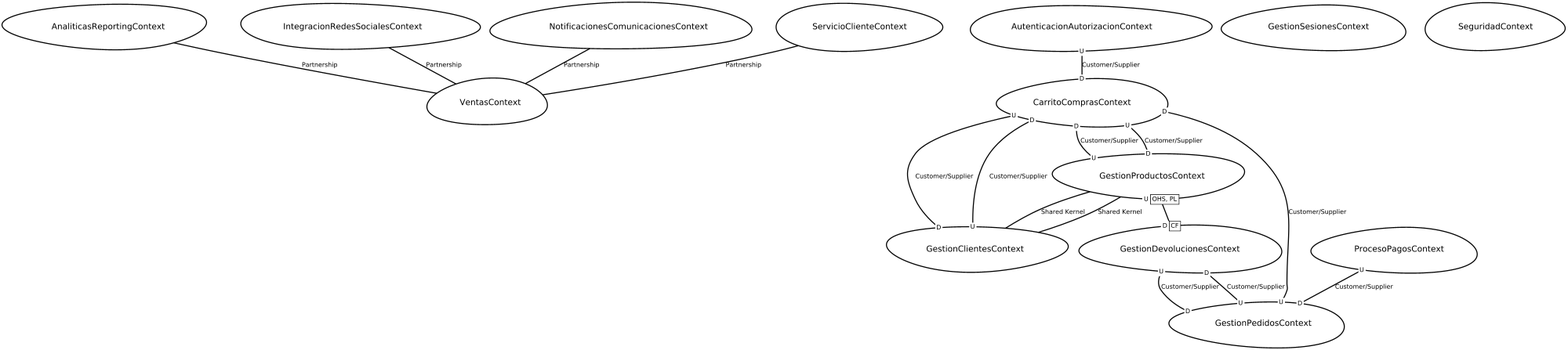
This is src-gen/LAB02_proyectoEcomerce_ContexMapper_ContextMap.png from Jhonat20/LAB02_proyectoEcomerce_ContexMapper, a Graphviz export, as it was before one commit. Its source is kept beside it as src-gen/LAB02_proyectoEcomerce_ContexMapper_ContextMap.gv.
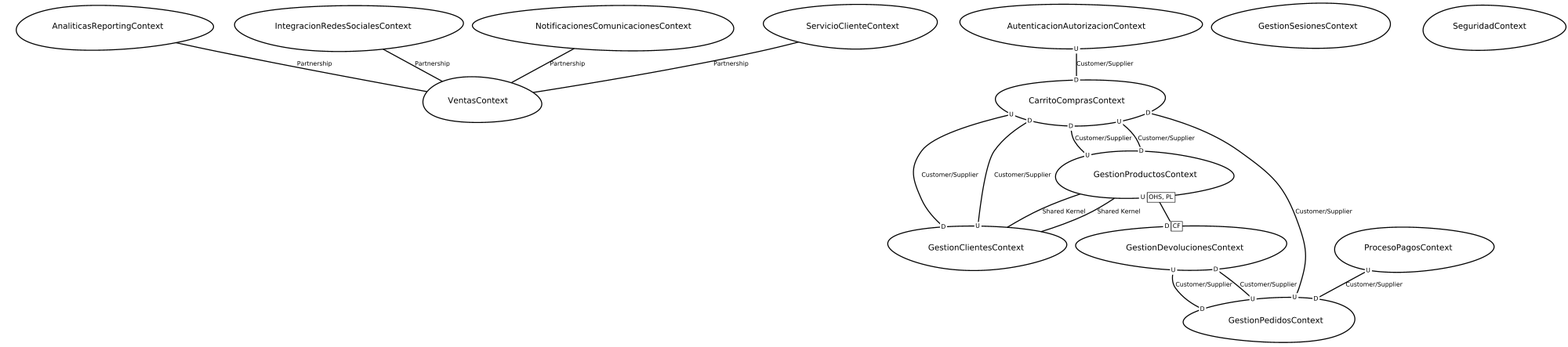
After the change.

Change to the diagram source:
```diff
@@ -1,19 +1,19 @@
 digraph "ContextMapGraph" {
 graph ["imagepath"="/tmp/GraphvizJava"]
-"AnaliticasReportingContext" ["margin"="0.3","orientation"="159","shape"="egg","fontsize"="16","style"="bold","label"="AnaliticasReportingContext\n","fontname"="sans-serif"]
-"VentasContext" ["margin"="0.3","orientation"="271","shape"="egg","fontsize"="16","style"="bold","label"="VentasContext\n","fontname"="sans-serif"]
-"AutenticacionAutorizacionContext" ["margin"="0.3","orientation"="20","shape"="egg","fontsize"="16","style"="bold","label"="AutenticacionAutorizacionContext\n","fontname"="sans-serif"]
-"CarritoComprasContext" ["margin"="0.3","orientation"="41","shape"="egg","fontsize"="16","style"="bold","label"="CarritoComprasContext\n","fontname"="sans-serif"]
-"GestionProductosContext" ["margin"="0.3","orientation"="88","shape"="egg","fontsize"="16","style"="bold","label"="GestionProductosContext\n","fontname"="sans-serif"]
-"GestionClientesContext" ["margin"="0.3","orientation"="68","shape"="egg","fontsize"="16","style"="bold","label"="GestionClientesContext\n","fontname"="sans-serif"]
-"GestionDevolucionesContext" ["margin"="0.3","orientation"="94","shape"="egg","fontsize"="16","style"="bold","label"="GestionDevolucionesContext\n","fontname"="sans-serif"]
-"GestionPedidosContext" ["margin"="0.3","orientation"="183","shape"="egg","fontsize"="16","style"="bold","label"="GestionPedidosContext\n","fontname"="sans-serif"]
-"GestionSesionesContext" ["margin"="0.3","orientation"="184","shape"="egg","fontsize"="16","style"="bold","label"="GestionSesionesContext\n","fontname"="sans-serif"]
-"IntegracionRedesSocialesContext" ["margin"="0.3","orientation"="59","shape"="egg","fontsize"="16","style"="bold","label"="IntegracionRedesSocialesContext\n","fontname"="sans-serif"]
-"NotificacionesComunicacionesContext" ["margin"="0.3","orientation"="165","shape"="egg","fontsize"="16","style"="bold","label"="NotificacionesComunicacionesContext\n","fontname"="sans-serif"]
-"ProcesoPagosContext" ["margin"="0.3","orientation"="189","shape"="egg","fontsize"="16","style"="bold","label"="ProcesoPagosContext\n","fontname"="sans-serif"]
-"SeguridadContext" ["margin"="0.3","orientation"="83","shape"="egg","fontsize"="16","style"="bold","label"="SeguridadContext\n","fontname"="sans-serif"]
-"ServicioClienteContext" ["margin"="0.3","orientation"="274","shape"="egg","fontsize"="16","style"="bold","label"="ServicioClienteContext\n","fontname"="sans-serif"]
+"AnaliticasReportingContext" ["margin"="0.3","orientation"="62","shape"="egg","fontsize"="16","style"="bold","label"="AnaliticasReportingContext\n","fontname"="sans-serif"]
+"VentasContext" ["margin"="0.3","orientation"="288","shape"="egg","fontsize"="16","style"="bold","label"="VentasContext\n","fontname"="sans-serif"]
+"AutenticacionAutorizacionContext" ["margin"="0.3","orientation"="329","shape"="egg","fontsize"="16","style"="bold","label"="AutenticacionAutorizacionContext\n","fontname"="sans-serif"]
+"CarritoComprasContext" ["margin"="0.3","orientation"="202","shape"="egg","fontsize"="16","style"="bold","label"="CarritoComprasContext\n","fontname"="sans-serif"]
+"GestionProductosContext" ["margin"="0.3","orientation"="141","shape"="egg","fontsize"="16","style"="bold","label"="GestionProductosContext\n","fontname"="sans-serif"]
+"GestionClientesContext" ["margin"="0.3","orientation"="131","shape"="egg","fontsize"="16","style"="bold","label"="GestionClientesContext\n","fontname"="sans-serif"]
+"GestionDevolucionesContext" ["margin"="0.3","orientation"="43","shape"="egg","fontsize"="16","style"="bold","label"="GestionDevolucionesContext\n","fontname"="sans-serif"]
+"GestionPedidosContext" ["margin"="0.3","orientation"="214","shape"="egg","fontsize"="16","style"="bold","label"="GestionPedidosContext\n","fontname"="sans-serif"]
+"GestionSesionesContext" ["margin"="0.3","orientation"="76","shape"="egg","fontsize"="16","style"="bold","label"="GestionSesionesContext\n","fontname"="sans-serif"]
+"IntegracionRedesSocialesContext" ["margin"="0.3","orientation"="75","shape"="egg","fontsize"="16","style"="bold","label"="IntegracionRedesSocialesContext\n","fontname"="sans-serif"]
+"NotificacionesComunicacionesContext" ["margin"="0.3","orientation"="314","shape"="egg","fontsize"="16","style"="bold","label"="NotificacionesComunicacionesContext\n","fontname"="sans-serif"]
+"ProcesoPagosContext" ["margin"="0.3","orientation"="228","shape"="egg","fontsize"="16","style"="bold","label"="ProcesoPagosContext\n","fontname"="sans-serif"]
+"SeguridadContext" ["margin"="0.3","orientation"="30","shape"="egg","fontsize"="16","style"="bold","label"="SeguridadContext\n","fontname"="sans-serif"]
+"ServicioClienteContext" ["margin"="0.3","orientation"="149","shape"="egg","fontsize"="16","style"="bold","label"="ServicioClienteContext\n","fontname"="sans-serif"]
 "AnaliticasReportingContext" -> "VentasContext" ["fontsize"="12","style"="bold","label"="Partnership","dir"="none","fontname"="sans-serif"]
 "AutenticacionAutorizacionContext" -> "CarritoComprasContext" ["headlabel"=<<table cellspacing="0" cellborder="0" border="0">
 <tr><td bgcolor="white">D</td></tr>
@@ -52,12 +52,12 @@
 </table>>,"labeldistance"="0","fontsize"="12","taillabel"=<<table cellspacing="0" cellborder="0" border="0">
 <tr><td bgcolor="white">U</td></tr>
 </table>>,"style"="bold","label"="Customer/Supplier","dir"="none","fontname"="sans-serif"]
-"GestionPedidosContext" -> "CarritoComprasContext" ["headlabel"=<<table cellspacing="0" cellborder="0" border="0">
+"GestionPedidosContext" -> "GestionDevolucionesContext" ["headlabel"=<<table cellspacing="0" cellborder="0" border="0">
 <tr><td bgcolor="white">D</td></tr>
 </table>>,"labeldistance"="0","fontsize"="12","taillabel"=<<table cellspacing="0" cellborder="0" border="0">
 <tr><td bgcolor="white">U</td></tr>
 </table>>,"style"="bold","label"="Customer/Supplier","dir"="none","fontname"="sans-serif"]
-"GestionPedidosContext" -> "GestionDevolucionesContext" ["headlabel"=<<table cellspacing="0" cellborder="0" border="0">
+"GestionPedidosContext" -> "CarritoComprasContext" ["headlabel"=<<table cellspacing="0" cellborder="0" border="0">
 <tr><td bgcolor="white">D</td></tr>
 </table>>,"labeldistance"="0","fontsize"="12","taillabel"=<<table cellspacing="0" cellborder="0" border="0">
 <tr><td bgcolor="white">U</td></tr>
```
